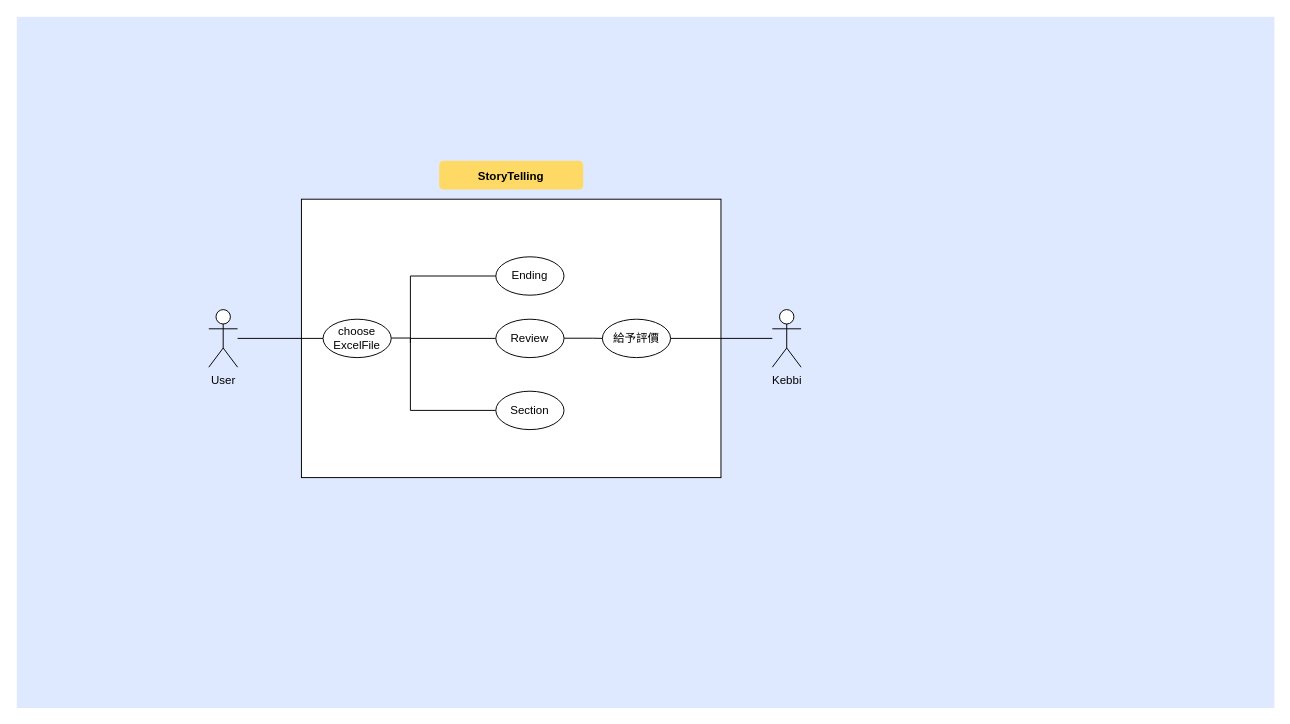
chewwwyong/dosomethingexcel keeps this draw.io diagram as page "use case" (2 of 2) of Untitled Diagram.drawio. Above is the earlier version. Source tidied: cells renumbered, new cells numbered last; positions are measured from the earlier drawing's top-left corner, leaving out a move shared by most shapes. Both pictures are drawn from the tidied source at 96%, with x=0, y=0 at pixel (16, 16).
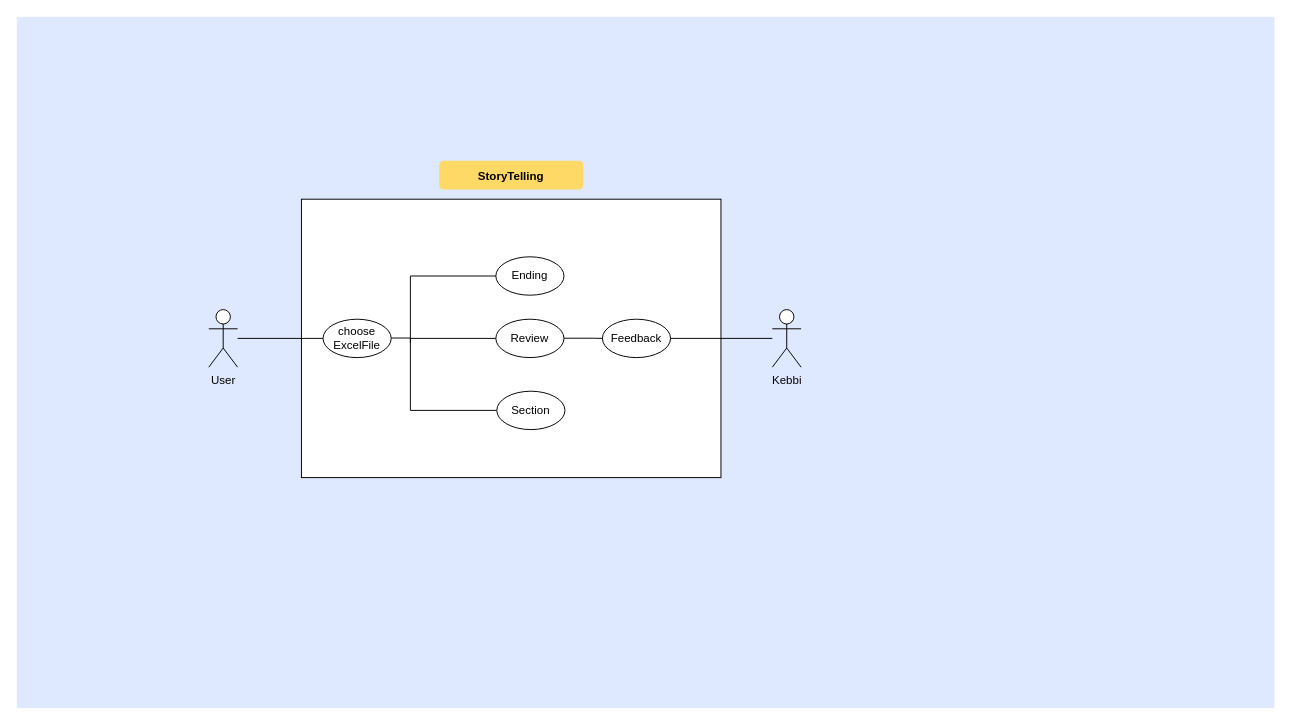
After the change.

The edit, as a diff of the source:
```diff
@@
-    <mxCell id="9" value="給予評價" style="ellipse;whiteSpace=wrap;html=1;strokeColor=#000000;" parent="1" vertex="1">
+    <mxCell id="9" value="Feedback" style="ellipse;whiteSpace=wrap;html=1;strokeColor=#000000;" parent="1" vertex="1">
       <mxGeometry x="610" y="315" width="71" height="40" as="geometry" />
     </mxCell>
@@
     <mxCell id="11" value="Section" style="ellipse;whiteSpace=wrap;html=1;strokeColor=#000000;" parent="1" vertex="1">
-      <mxGeometry x="499" y="390" width="71" height="40" as="geometry" />
+      <mxGeometry x="500" y="390" width="71" height="40" as="geometry" />
     </mxCell>
```
